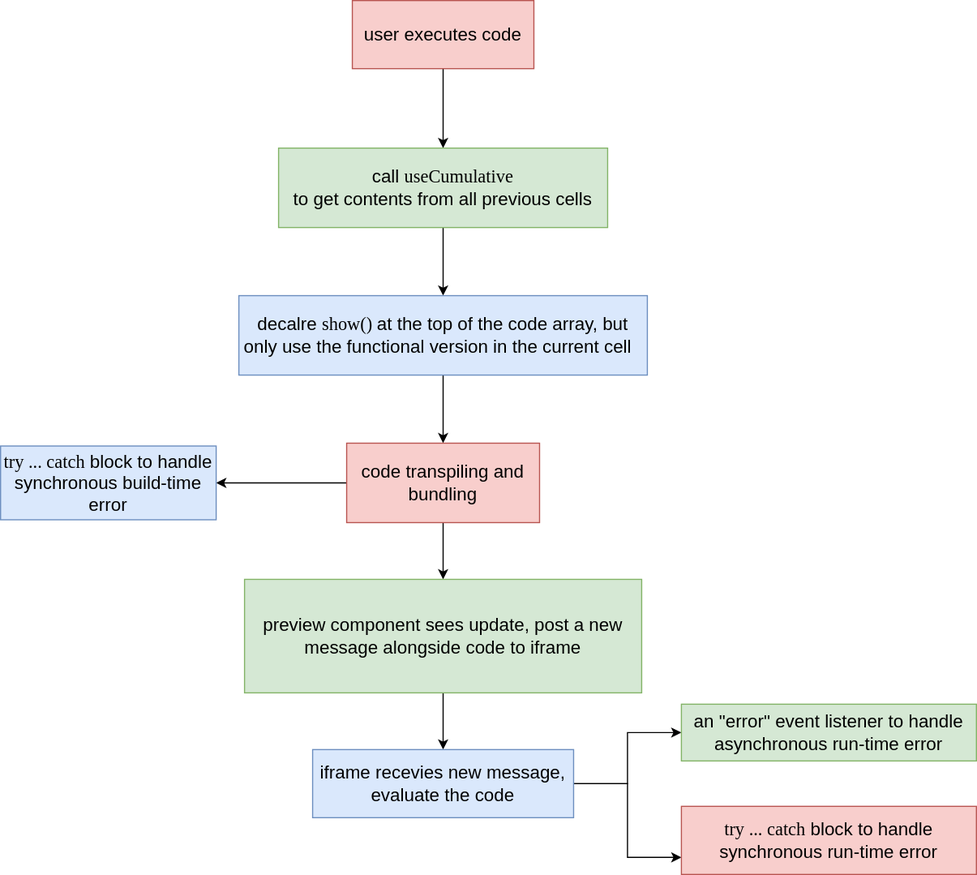
The draw.io diagram diagrams/code-process.svg in qiushiyan/js-notebook, before a commit. Source tidied: cells renumbered, new cells last; positions are measured from the earlier drawing's top-left corner, leaving out a move shared by most shapes. Source of this version:
```xml
<mxGraphModel>
  <root>
    <mxCell id="0" />
    <mxCell id="1" parent="0" />
    <mxCell id="2" style="edgeStyle=orthogonalEdgeStyle;rounded=0;jettySize=auto;html=1;exitX=0.5;exitY=1;exitDx=0;exitDy=0;" parent="1" edge="1" source="3" target="5">
      <mxGeometry relative="1" as="geometry" />
    </mxCell>
    <mxCell id="3" value="&lt;font style=&quot;font-size: 16px&quot;&gt;user executes code&lt;/font&gt;" style="rounded=0;whiteSpace=wrap;html=1;fillColor=#f8cecc;strokeColor=#b85450;" parent="1" vertex="1">
      <mxGeometry x="310" width="160" height="60" as="geometry" />
    </mxCell>
    <mxCell id="4" style="edgeStyle=orthogonalEdgeStyle;rounded=0;jettySize=auto;html=1;exitX=0.5;exitY=1;exitDx=0;exitDy=0;" parent="1" edge="1" source="5" target="7">
      <mxGeometry relative="1" as="geometry" />
    </mxCell>
    <mxCell id="5" value="&lt;font style=&quot;font-size: 16px&quot;&gt;call &lt;font face=&quot;Comic Sans MS&quot;&gt;useCumulative&lt;/font&gt;&lt;br&gt;to get contents from all previous cells&lt;br&gt;&lt;/font&gt;" style="rounded=0;whiteSpace=wrap;html=1;fillColor=#d5e8d4;strokeColor=#82b366;" parent="1" vertex="1">
      <mxGeometry x="245" y="130" width="290" height="70" as="geometry" />
    </mxCell>
    <mxCell id="6" style="edgeStyle=orthogonalEdgeStyle;rounded=0;jettySize=auto;html=1;exitX=0.5;exitY=1;exitDx=0;exitDy=0;" parent="1" edge="1" source="7" target="10">
      <mxGeometry relative="1" as="geometry" />
    </mxCell>
    <mxCell id="7" value="&lt;font style=&quot;font-size: 16px&quot;&gt;decalre &lt;font face=&quot;Comic Sans MS&quot;&gt;show() &lt;/font&gt;at the top of the code array, but only use the functional version in the current cell&amp;nbsp;&amp;nbsp;&lt;/font&gt;" style="rounded=0;whiteSpace=wrap;html=1;fillColor=#dae8fc;strokeColor=#6c8ebf;" parent="1" vertex="1">
      <mxGeometry x="210" y="260" width="360" height="70" as="geometry" />
    </mxCell>
    <mxCell id="8" style="edgeStyle=orthogonalEdgeStyle;rounded=0;jettySize=auto;html=1;exitX=0.5;exitY=1;exitDx=0;exitDy=0;" parent="1" edge="1" source="10" target="12">
      <mxGeometry relative="1" as="geometry" />
    </mxCell>
    <mxCell id="9" style="edgeStyle=orthogonalEdgeStyle;rounded=0;jettySize=auto;html=1;exitX=0;exitY=0.5;exitDx=0;exitDy=0;" parent="1" edge="1" source="10" target="18">
      <mxGeometry relative="1" as="geometry" />
    </mxCell>
    <mxCell id="10" value="&lt;font style=&quot;font-size: 16px&quot;&gt;code transpiling and bundling&lt;/font&gt;" style="rounded=0;whiteSpace=wrap;html=1;fillColor=#f8cecc;strokeColor=#b85450;" parent="1" vertex="1">
      <mxGeometry x="305" y="390" width="170" height="70" as="geometry" />
    </mxCell>
    <mxCell id="11" style="edgeStyle=orthogonalEdgeStyle;rounded=0;jettySize=auto;html=1;exitX=0.5;exitY=1;exitDx=0;exitDy=0;" parent="1" edge="1" source="12" target="15">
      <mxGeometry relative="1" as="geometry" />
    </mxCell>
    <mxCell id="12" value="&lt;font style=&quot;font-size: 16px&quot;&gt;preview component sees update, post a new message alongside code to iframe&lt;/font&gt;" style="rounded=0;whiteSpace=wrap;html=1;fillColor=#d5e8d4;strokeColor=#82b366;" parent="1" vertex="1">
      <mxGeometry x="215" y="510" width="350" height="100" as="geometry" />
    </mxCell>
    <mxCell id="13" style="edgeStyle=orthogonalEdgeStyle;rounded=0;jettySize=auto;html=1;exitX=1;exitY=0.5;exitDx=0;exitDy=0;entryX=0;entryY=0.5;entryDx=0;entryDy=0;" parent="1" edge="1" source="15" target="16">
      <mxGeometry relative="1" as="geometry" />
    </mxCell>
    <mxCell id="14" style="edgeStyle=orthogonalEdgeStyle;rounded=0;jettySize=auto;html=1;exitX=1;exitY=0.5;exitDx=0;exitDy=0;entryX=0;entryY=0.75;entryDx=0;entryDy=0;" parent="1" edge="1" source="15" target="17">
      <mxGeometry relative="1" as="geometry" />
    </mxCell>
    <mxCell id="15" value="&lt;font style=&quot;font-size: 16px&quot;&gt;iframe recevies new message, evaluate the code&lt;/font&gt;" style="rounded=0;whiteSpace=wrap;html=1;fillColor=#dae8fc;strokeColor=#6c8ebf;" parent="1" vertex="1">
      <mxGeometry x="275" y="660" width="230" height="60" as="geometry" />
    </mxCell>
    <mxCell id="16" value="&lt;font style=&quot;font-size: 16px&quot;&gt;an &quot;error&quot; event listener to handle asynchronous run-time error&lt;/font&gt;" style="rounded=0;whiteSpace=wrap;html=1;fillColor=#d5e8d4;strokeColor=#82b366;" parent="1" vertex="1">
      <mxGeometry x="600" y="620" width="260" height="50" as="geometry" />
    </mxCell>
    <mxCell id="17" value="&lt;font style=&quot;font-size: 16px&quot;&gt;&lt;font face=&quot;Comic Sans MS&quot;&gt;try ... catch&lt;/font&gt; block to handle synchronous run-time error&lt;/font&gt;" style="rounded=0;whiteSpace=wrap;html=1;fillColor=#f8cecc;strokeColor=#b85450;" parent="1" vertex="1">
      <mxGeometry x="600" y="710" width="260" height="60" as="geometry" />
    </mxCell>
    <mxCell id="18" value="&lt;font face=&quot;Comic Sans MS&quot; style=&quot;font-size: 16px&quot;&gt;try ... catch&lt;/font&gt;&lt;span style=&quot;font-size: 16px&quot;&gt;&amp;nbsp;block to handle synchronous build-time error&lt;/span&gt;" style="rounded=0;whiteSpace=wrap;html=1;fillColor=#dae8fc;strokeColor=#6c8ebf;" parent="1" vertex="1">
      <mxGeometry y="392.5" width="190" height="65" as="geometry" />
    </mxCell>
  </root>
</mxGraphModel>
```
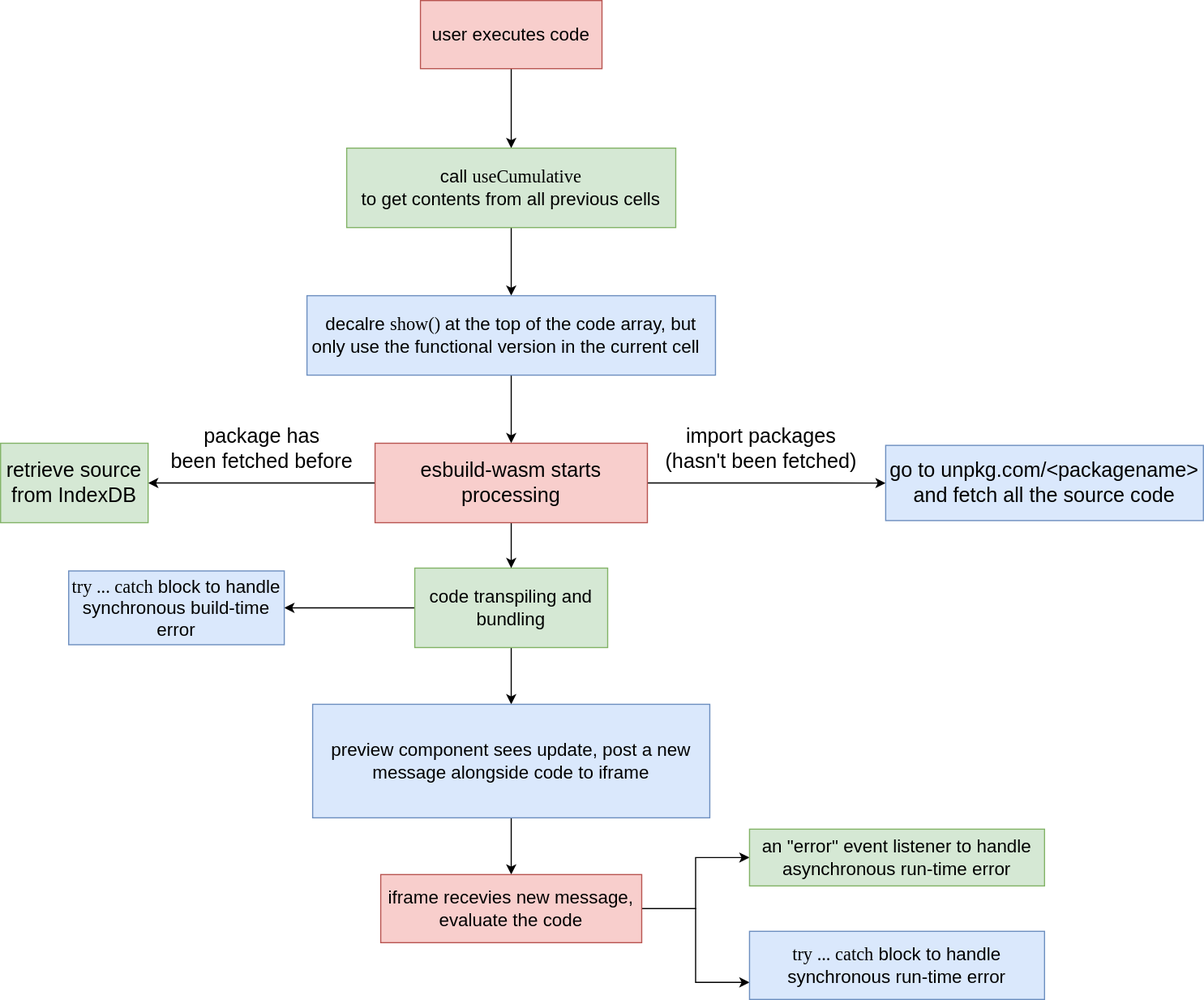
After the commit.

What changed in the source:
```diff
@@ -1,57 +1,81 @@
 <mxGraphModel>
   <root>
-    <mxCell id="0" />
-    <mxCell id="1" parent="0" />
+    <mxCell id="19" />
+    <mxCell id="20" parent="19" />
-    <mxCell id="2" style="edgeStyle=orthogonalEdgeStyle;rounded=0;jettySize=auto;html=1;exitX=0.5;exitY=1;exitDx=0;exitDy=0;" parent="1" edge="1" source="3" target="5">
+    <mxCell id="2" style="edgeStyle=orthogonalEdgeStyle;rounded=0;jettySize=auto;html=1;exitX=0.5;exitY=1;exitDx=0;exitDy=0;" parent="20" edge="1" source="3" target="5">
       <mxGeometry relative="1" as="geometry" />
     </mxCell>
-    <mxCell id="3" value="&lt;font style=&quot;font-size: 16px&quot;&gt;user executes code&lt;/font&gt;" style="rounded=0;whiteSpace=wrap;html=1;fillColor=#f8cecc;strokeColor=#b85450;" parent="1" vertex="1">
-      <mxGeometry x="310" width="160" height="60" as="geometry" />
+    <mxCell id="3" value="&lt;font style=&quot;font-size: 16px&quot;&gt;user executes code&lt;/font&gt;" style="rounded=0;whiteSpace=wrap;html=1;fillColor=#f8cecc;strokeColor=#b85450;" parent="20" vertex="1">
+      <mxGeometry x="310" y="-110" width="160" height="60" as="geometry" />
     </mxCell>
-    <mxCell id="4" style="edgeStyle=orthogonalEdgeStyle;rounded=0;jettySize=auto;html=1;exitX=0.5;exitY=1;exitDx=0;exitDy=0;" parent="1" edge="1" source="5" target="7">
+    <mxCell id="4" style="edgeStyle=orthogonalEdgeStyle;rounded=0;jettySize=auto;html=1;exitX=0.5;exitY=1;exitDx=0;exitDy=0;" parent="20" edge="1" source="5" target="7">
       <mxGeometry relative="1" as="geometry" />
     </mxCell>
-    <mxCell id="5" value="&lt;font style=&quot;font-size: 16px&quot;&gt;call &lt;font face=&quot;Comic Sans MS&quot;&gt;useCumulative&lt;/font&gt;&lt;br&gt;to get contents from all previous cells&lt;br&gt;&lt;/font&gt;" style="rounded=0;whiteSpace=wrap;html=1;fillColor=#d5e8d4;strokeColor=#82b366;" parent="1" vertex="1">
-      <mxGeometry x="245" y="130" width="290" height="70" as="geometry" />
+    <mxCell id="5" value="&lt;font style=&quot;font-size: 16px&quot;&gt;call &lt;font face=&quot;Comic Sans MS&quot;&gt;useCumulative&lt;/font&gt;&lt;br&gt;to get contents from all previous cells&lt;br&gt;&lt;/font&gt;" style="rounded=0;whiteSpace=wrap;html=1;fillColor=#d5e8d4;strokeColor=#82b366;" parent="20" vertex="1">
+      <mxGeometry x="245" y="20" width="290" height="70" as="geometry" />
     </mxCell>
-    <mxCell id="6" style="edgeStyle=orthogonalEdgeStyle;rounded=0;jettySize=auto;html=1;exitX=0.5;exitY=1;exitDx=0;exitDy=0;" parent="1" edge="1" source="7" target="10">
-      <mxGeometry relative="1" as="geometry" />
-    </mxCell>
+    <mxCell id="21" style="edgeStyle=orthogonalEdgeStyle;rounded=0;jettySize=auto;html=1;exitX=0.5;exitY=1;exitDx=0;exitDy=0;entryX=0.5;entryY=0;entryDx=0;entryDy=0;fontSize=18;" parent="20" edge="1" source="7" target="25">
+      <mxGeometry relative="1" as="geometry" />
+    </mxCell>
-    <mxCell id="7" value="&lt;font style=&quot;font-size: 16px&quot;&gt;decalre &lt;font face=&quot;Comic Sans MS&quot;&gt;show() &lt;/font&gt;at the top of the code array, but only use the functional version in the current cell&amp;nbsp;&amp;nbsp;&lt;/font&gt;" style="rounded=0;whiteSpace=wrap;html=1;fillColor=#dae8fc;strokeColor=#6c8ebf;" parent="1" vertex="1">
-      <mxGeometry x="210" y="260" width="360" height="70" as="geometry" />
+    <mxCell id="7" value="&lt;font style=&quot;font-size: 16px&quot;&gt;decalre &lt;font face=&quot;Comic Sans MS&quot;&gt;show() &lt;/font&gt;at the top of the code array, but only use the functional version in the current cell&amp;nbsp;&amp;nbsp;&lt;/font&gt;" style="rounded=0;whiteSpace=wrap;html=1;fillColor=#dae8fc;strokeColor=#6c8ebf;" parent="20" vertex="1">
+      <mxGeometry x="210" y="150" width="360" height="70" as="geometry" />
     </mxCell>
-    <mxCell id="8" style="edgeStyle=orthogonalEdgeStyle;rounded=0;jettySize=auto;html=1;exitX=0.5;exitY=1;exitDx=0;exitDy=0;" parent="1" edge="1" source="10" target="12">
+    <mxCell id="8" style="edgeStyle=orthogonalEdgeStyle;rounded=0;jettySize=auto;html=1;exitX=0.5;exitY=1;exitDx=0;exitDy=0;" parent="20" edge="1" source="10" target="12">
       <mxGeometry relative="1" as="geometry" />
     </mxCell>
-    <mxCell id="9" style="edgeStyle=orthogonalEdgeStyle;rounded=0;jettySize=auto;html=1;exitX=0;exitY=0.5;exitDx=0;exitDy=0;" parent="1" edge="1" source="10" target="18">
+    <mxCell id="9" style="edgeStyle=orthogonalEdgeStyle;rounded=0;jettySize=auto;html=1;exitX=0;exitY=0.5;exitDx=0;exitDy=0;" parent="20" edge="1" source="10" target="18">
       <mxGeometry relative="1" as="geometry" />
     </mxCell>
-    <mxCell id="10" value="&lt;font style=&quot;font-size: 16px&quot;&gt;code transpiling and bundling&lt;/font&gt;" style="rounded=0;whiteSpace=wrap;html=1;fillColor=#f8cecc;strokeColor=#b85450;" parent="1" vertex="1">
+    <mxCell id="10" value="&lt;font style=&quot;font-size: 16px&quot;&gt;code transpiling and bundling&lt;/font&gt;" style="rounded=0;whiteSpace=wrap;html=1;fillColor=#d5e8d4;strokeColor=#82b366;" parent="20" vertex="1">
       <mxGeometry x="305" y="390" width="170" height="70" as="geometry" />
     </mxCell>
-    <mxCell id="11" style="edgeStyle=orthogonalEdgeStyle;rounded=0;jettySize=auto;html=1;exitX=0.5;exitY=1;exitDx=0;exitDy=0;" parent="1" edge="1" source="12" target="15">
+    <mxCell id="11" style="edgeStyle=orthogonalEdgeStyle;rounded=0;jettySize=auto;html=1;exitX=0.5;exitY=1;exitDx=0;exitDy=0;" parent="20" edge="1" source="12" target="15">
       <mxGeometry relative="1" as="geometry" />
     </mxCell>
-    <mxCell id="12" value="&lt;font style=&quot;font-size: 16px&quot;&gt;preview component sees update, post a new message alongside code to iframe&lt;/font&gt;" style="rounded=0;whiteSpace=wrap;html=1;fillColor=#d5e8d4;strokeColor=#82b366;" parent="1" vertex="1">
+    <mxCell id="12" value="&lt;font style=&quot;font-size: 16px&quot;&gt;preview component sees update, post a new message alongside code to iframe&lt;/font&gt;" style="rounded=0;whiteSpace=wrap;html=1;fillColor=#dae8fc;strokeColor=#6c8ebf;" parent="20" vertex="1">
       <mxGeometry x="215" y="510" width="350" height="100" as="geometry" />
     </mxCell>
-    <mxCell id="13" style="edgeStyle=orthogonalEdgeStyle;rounded=0;jettySize=auto;html=1;exitX=1;exitY=0.5;exitDx=0;exitDy=0;entryX=0;entryY=0.5;entryDx=0;entryDy=0;" parent="1" edge="1" source="15" target="16">
+    <mxCell id="13" style="edgeStyle=orthogonalEdgeStyle;rounded=0;jettySize=auto;html=1;exitX=1;exitY=0.5;exitDx=0;exitDy=0;entryX=0;entryY=0.5;entryDx=0;entryDy=0;" parent="20" edge="1" source="15" target="16">
       <mxGeometry relative="1" as="geometry" />
     </mxCell>
-    <mxCell id="14" style="edgeStyle=orthogonalEdgeStyle;rounded=0;jettySize=auto;html=1;exitX=1;exitY=0.5;exitDx=0;exitDy=0;entryX=0;entryY=0.75;entryDx=0;entryDy=0;" parent="1" edge="1" source="15" target="17">
+    <mxCell id="14" style="edgeStyle=orthogonalEdgeStyle;rounded=0;jettySize=auto;html=1;exitX=1;exitY=0.5;exitDx=0;exitDy=0;entryX=0;entryY=0.75;entryDx=0;entryDy=0;" parent="20" edge="1" source="15" target="17">
       <mxGeometry relative="1" as="geometry" />
     </mxCell>
-    <mxCell id="15" value="&lt;font style=&quot;font-size: 16px&quot;&gt;iframe recevies new message, evaluate the code&lt;/font&gt;" style="rounded=0;whiteSpace=wrap;html=1;fillColor=#dae8fc;strokeColor=#6c8ebf;" parent="1" vertex="1">
+    <mxCell id="15" value="&lt;font style=&quot;font-size: 16px&quot;&gt;iframe recevies new message, evaluate the code&lt;/font&gt;" style="rounded=0;whiteSpace=wrap;html=1;fillColor=#f8cecc;strokeColor=#b85450;" parent="20" vertex="1">
       <mxGeometry x="275" y="660" width="230" height="60" as="geometry" />
     </mxCell>
-    <mxCell id="16" value="&lt;font style=&quot;font-size: 16px&quot;&gt;an &quot;error&quot; event listener to handle asynchronous run-time error&lt;/font&gt;" style="rounded=0;whiteSpace=wrap;html=1;fillColor=#d5e8d4;strokeColor=#82b366;" parent="1" vertex="1">
+    <mxCell id="16" value="&lt;font style=&quot;font-size: 16px&quot;&gt;an &quot;error&quot; event listener to handle asynchronous run-time error&lt;/font&gt;" style="rounded=0;whiteSpace=wrap;html=1;fillColor=#d5e8d4;strokeColor=#82b366;" parent="20" vertex="1">
       <mxGeometry x="600" y="620" width="260" height="50" as="geometry" />
     </mxCell>
-    <mxCell id="17" value="&lt;font style=&quot;font-size: 16px&quot;&gt;&lt;font face=&quot;Comic Sans MS&quot;&gt;try ... catch&lt;/font&gt; block to handle synchronous run-time error&lt;/font&gt;" style="rounded=0;whiteSpace=wrap;html=1;fillColor=#f8cecc;strokeColor=#b85450;" parent="1" vertex="1">
+    <mxCell id="17" value="&lt;font style=&quot;font-size: 16px&quot;&gt;&lt;font face=&quot;Comic Sans MS&quot;&gt;try ... catch&lt;/font&gt; block to handle synchronous run-time error&lt;/font&gt;" style="rounded=0;whiteSpace=wrap;html=1;fillColor=#dae8fc;strokeColor=#6c8ebf;" parent="20" vertex="1">
       <mxGeometry x="600" y="710" width="260" height="60" as="geometry" />
     </mxCell>
-    <mxCell id="18" value="&lt;font face=&quot;Comic Sans MS&quot; style=&quot;font-size: 16px&quot;&gt;try ... catch&lt;/font&gt;&lt;span style=&quot;font-size: 16px&quot;&gt;&amp;nbsp;block to handle synchronous build-time error&lt;/span&gt;" style="rounded=0;whiteSpace=wrap;html=1;fillColor=#dae8fc;strokeColor=#6c8ebf;" parent="1" vertex="1">
+    <mxCell id="18" value="&lt;font face=&quot;Comic Sans MS&quot; style=&quot;font-size: 16px&quot;&gt;try ... catch&lt;/font&gt;&lt;span style=&quot;font-size: 16px&quot;&gt;&amp;nbsp;block to handle synchronous build-time error&lt;/span&gt;" style="rounded=0;whiteSpace=wrap;html=1;fillColor=#dae8fc;strokeColor=#6c8ebf;" parent="20" vertex="1">
       <mxGeometry y="392.5" width="190" height="65" as="geometry" />
     </mxCell>
+    <mxCell id="22" style="edgeStyle=orthogonalEdgeStyle;rounded=0;jettySize=auto;html=1;exitX=0.5;exitY=1;exitDx=0;exitDy=0;entryX=0.5;entryY=0;entryDx=0;entryDy=0;fontSize=18;" parent="20" edge="1" source="25" target="10">
+      <mxGeometry relative="1" as="geometry" />
+    </mxCell>
+    <mxCell id="23" style="edgeStyle=orthogonalEdgeStyle;rounded=0;jettySize=auto;html=1;exitX=0;exitY=0.5;exitDx=0;exitDy=0;entryX=1;entryY=0.5;entryDx=0;entryDy=0;fontSize=18;" parent="20" edge="1" source="25" target="26">
+      <mxGeometry relative="1" as="geometry" />
+    </mxCell>
+    <mxCell id="24" style="edgeStyle=orthogonalEdgeStyle;rounded=0;jettySize=auto;html=1;exitX=1;exitY=0.5;exitDx=0;exitDy=0;fontSize=18;" parent="20" edge="1" source="25" target="28">
+      <mxGeometry relative="1" as="geometry" />
+    </mxCell>
+    <mxCell id="25" value="esbuild-wasm starts processing" style="rounded=0;whiteSpace=wrap;html=1;fontSize=18;fillColor=#f8cecc;strokeColor=#b85450;" parent="20" vertex="1">
+      <mxGeometry x="270" y="280" width="240" height="70" as="geometry" />
+    </mxCell>
+    <mxCell id="26" value="retrieve source from IndexDB" style="rounded=0;whiteSpace=wrap;html=1;fontSize=18;fillColor=#d5e8d4;strokeColor=#82b366;" parent="20" vertex="1">
+      <mxGeometry x="-60" y="280" width="130" height="70" as="geometry" />
+    </mxCell>
+    <mxCell id="27" value="package has &lt;br&gt;been fetched before" style="text;html=1;align=center;verticalAlign=middle;strokeColor=none;fontSize=18;" parent="20" vertex="1">
+      <mxGeometry x="80" y="260" width="180" height="50" as="geometry" />
+    </mxCell>
+    <mxCell id="28" value="go to unpkg.com/&amp;lt;packagename&amp;gt; and fetch all the source code" style="rounded=0;whiteSpace=wrap;html=1;fontSize=18;fillColor=#dae8fc;strokeColor=#6c8ebf;" parent="20" vertex="1">
+      <mxGeometry x="720" y="281.9" width="280" height="66.2" as="geometry" />
+    </mxCell>
+    <mxCell id="29" value="import packages&lt;br&gt;(hasn't been fetched)" style="text;html=1;align=center;verticalAlign=middle;strokeColor=none;fontSize=18;" parent="20" vertex="1">
+      <mxGeometry x="520" y="260" width="180" height="50" as="geometry" />
+    </mxCell>
   </root>
 </mxGraphModel>
```
